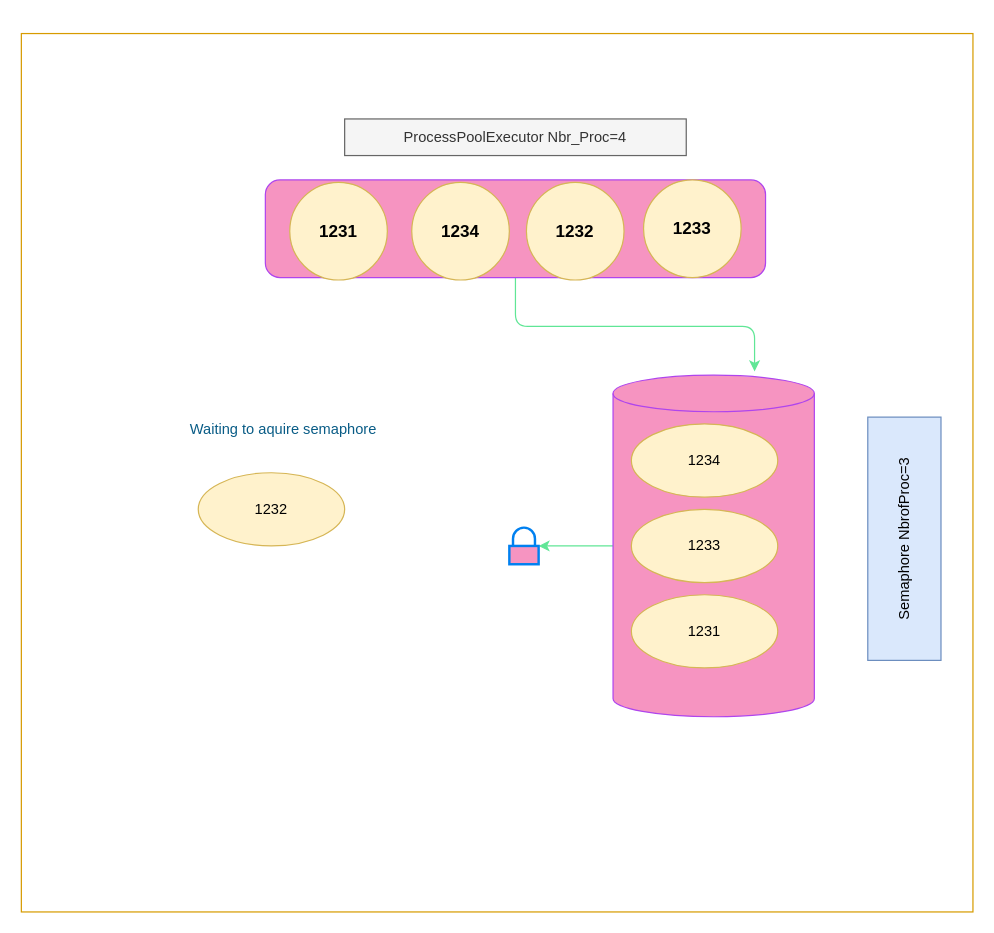
hassanjava/VPS keeps this draw.io diagram as Untitled Diagram.drawio. Above is the earlier version. Source tidied: cells renumbered, new cells numbered last; positions are measured from the earlier drawing's top-left corner, leaving out a move shared by most shapes. Both pictures are drawn from the tidied source at 122%, with x=0, y=0 at pixel (21, 33).
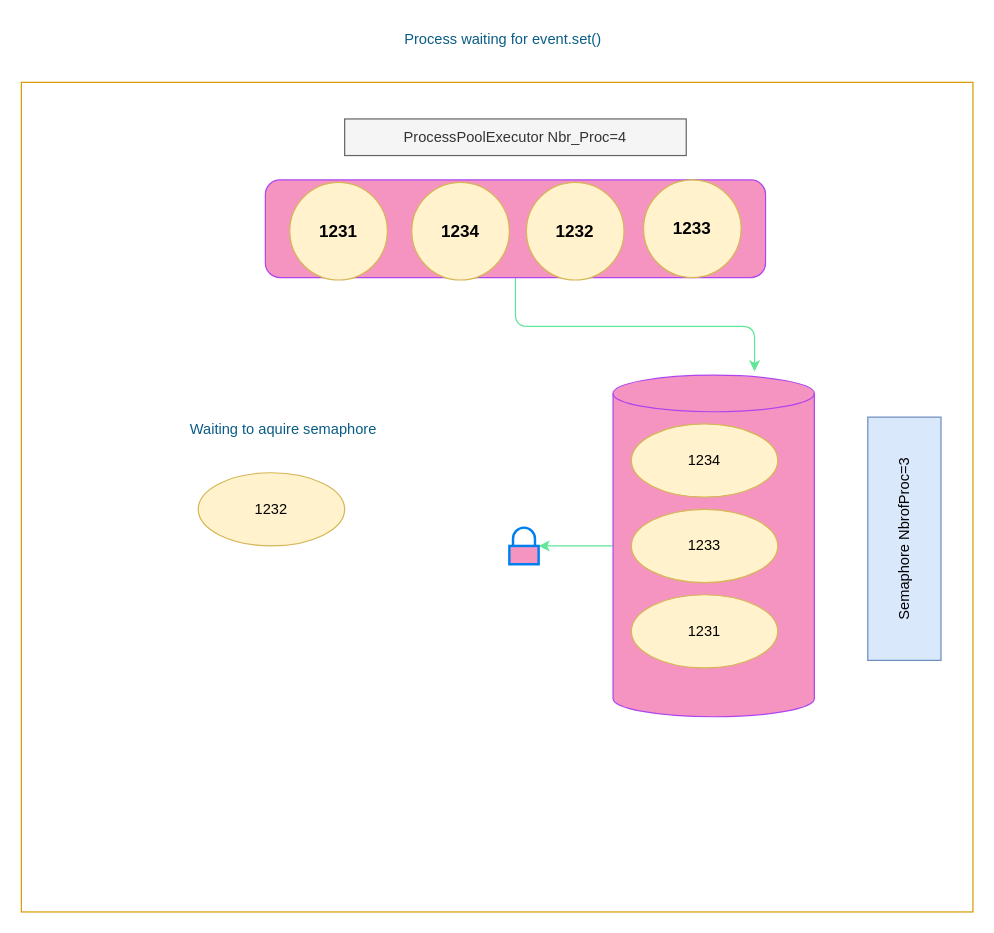
After the change.

Change to the diagram source:
```diff
@@
 <mxGraphModel>
   <root>
     <mxCell id="0" />
     <mxCell id="1" parent="0" />
     <mxCell id="2" style="edgeStyle=orthogonalEdgeStyle;curved=0;rounded=1;sketch=0;jettySize=auto;html=1;entryX=0.703;entryY=-0.011;entryDx=0;entryDy=0;entryPerimeter=0;fontColor=#095C86;strokeColor=#60E696;fillColor=#F694C1;" parent="1" edge="1" source="3" target="10">
       <mxGeometry relative="1" as="geometry" />
     </mxCell>
     <mxCell id="3" style="rounded=1;whiteSpace=wrap;html=1;fillColor=#F694C1;strokeColor=#AF45ED;fontColor=#095C86;" parent="1" vertex="1">
       <mxGeometry x="200" y="120" width="410" height="80" as="geometry" />
     </mxCell>
     <mxCell id="4" value="&lt;font style=&quot;font-size: 14px&quot;&gt;&lt;b&gt;1233&lt;/b&gt;&lt;/font&gt;" style="ellipse;whiteSpace=wrap;html=1;fillColor=#fff2cc;strokeColor=#d6b656;" parent="1" vertex="1">
       <mxGeometry x="510" y="120" width="80" height="80" as="geometry" />
     </mxCell>
     <mxCell id="5" value="&lt;font style=&quot;font-size: 14px&quot;&gt;&lt;b&gt;1232&lt;/b&gt;&lt;/font&gt;" style="ellipse;whiteSpace=wrap;html=1;fillColor=#fff2cc;strokeColor=#d6b656;" parent="1" vertex="1">
       <mxGeometry x="414" y="122" width="80" height="80" as="geometry" />
     </mxCell>
     <mxCell id="6" value="&lt;b&gt;&lt;font style=&quot;font-size: 14px&quot;&gt;1234&lt;/font&gt;&lt;/b&gt;" style="ellipse;whiteSpace=wrap;html=1;fillColor=#fff2cc;strokeColor=#d6b656;" parent="1" vertex="1">
       <mxGeometry x="320" y="122" width="80" height="80" as="geometry" />
     </mxCell>
     <mxCell id="7" value="&lt;font style=&quot;font-size: 14px&quot;&gt;&lt;b&gt;1231&lt;/b&gt;&lt;/font&gt;" style="ellipse;whiteSpace=wrap;html=1;fillColor=#fff2cc;strokeColor=#d6b656;" parent="1" vertex="1">
       <mxGeometry x="220" y="122" width="80" height="80" as="geometry" />
     </mxCell>
     <mxCell id="8" value="ProcessPoolExecutor Nbr_Proc=4" style="text;html=1;strokeColor=#666666;fillColor=#f5f5f5;align=center;verticalAlign=middle;whiteSpace=wrap;rounded=0;sketch=0;fontColor=#333333;" parent="1" vertex="1">
       <mxGeometry x="265" y="70" width="280" height="30" as="geometry" />
     </mxCell>
     <mxCell id="9" style="edgeStyle=orthogonalEdgeStyle;curved=0;rounded=1;sketch=0;jettySize=auto;html=1;fontColor=#095C86;strokeColor=#60E696;fillColor=#F694C1;" parent="1" edge="1" source="10" target="17">
       <mxGeometry relative="1" as="geometry" />
     </mxCell>
     <mxCell id="10" style="shape=cylinder3;whiteSpace=wrap;html=1;boundedLbl=1;backgroundOutline=1;size=15;rounded=0;sketch=0;fontColor=#095C86;strokeColor=#AF45ED;fillColor=#F694C1;" parent="1" vertex="1">
       <mxGeometry x="485" y="280" width="165" height="280" as="geometry" />
     </mxCell>
     <mxCell id="11" value="1234" style="ellipse;whiteSpace=wrap;html=1;rounded=0;sketch=0;strokeColor=#d6b656;fillColor=#fff2cc;" parent="1" vertex="1">
       <mxGeometry x="500" y="320" width="120" height="60" as="geometry" />
     </mxCell>
     <mxCell id="12" value="1233" style="ellipse;whiteSpace=wrap;html=1;rounded=0;sketch=0;strokeColor=#d6b656;fillColor=#fff2cc;" parent="1" vertex="1">
       <mxGeometry x="500" y="390" width="120" height="60" as="geometry" />
     </mxCell>
     <mxCell id="13" value="1231" style="ellipse;whiteSpace=wrap;html=1;rounded=0;sketch=0;strokeColor=#d6b656;fillColor=#fff2cc;" parent="1" vertex="1">
       <mxGeometry x="500" y="460" width="120" height="60" as="geometry" />
     </mxCell>
     <mxCell id="14" value="Semaphore NbrofProc=3" style="text;html=1;strokeColor=#6c8ebf;fillColor=#dae8fc;align=center;verticalAlign=middle;whiteSpace=wrap;rounded=0;sketch=0;rotation=-90;" parent="1" vertex="1">
       <mxGeometry x="624.1" y="384.1" width="199.4" height="60" as="geometry" />
     </mxCell>
     <mxCell id="15" value="1232" style="ellipse;whiteSpace=wrap;html=1;rounded=0;sketch=0;strokeColor=#d6b656;fillColor=#fff2cc;" parent="1" vertex="1">
       <mxGeometry x="145" y="360" width="120" height="60" as="geometry" />
     </mxCell>
     <mxCell id="16" value="Waiting to aquire semaphore" style="text;html=1;strokeColor=none;fillColor=none;align=center;verticalAlign=middle;whiteSpace=wrap;rounded=0;sketch=0;fontColor=#095C86;" parent="1" vertex="1">
       <mxGeometry x="130" y="310" width="170" height="30" as="geometry" />
     </mxCell>
     <mxCell id="17" style="html=1;verticalLabelPosition=bottom;align=center;labelBackgroundColor=#ffffff;verticalAlign=top;strokeWidth=2;strokeColor=#0080F0;shadow=0;dashed=0;shape=mxgraph.ios7.icons.locked;rounded=0;sketch=0;fontColor=#095C86;fillColor=#F694C1;" parent="1" vertex="1">
       <mxGeometry x="400" y="405" width="24" height="30" as="geometry" />
     </mxCell>
     <mxCell id="18" style="rounded=0;whiteSpace=wrap;html=1;sketch=0;fillColor=none;strokeColor=#d79b00;" parent="1" vertex="1">
-      <mxGeometry width="780" height="720" as="geometry" />
+      <mxGeometry y="40" width="780" height="680" as="geometry" />
     </mxCell>
+    <mxCell id="19" value="Process waiting for event.set()" style="text;html=1;strokeColor=none;fillColor=none;align=center;verticalAlign=middle;whiteSpace=wrap;rounded=0;sketch=0;fontColor=#095C86;" parent="1" vertex="1">
+      <mxGeometry x="260" y="-10" width="270" height="30" as="geometry" />
+    </mxCell>
   </root>
 </mxGraphModel>
```
